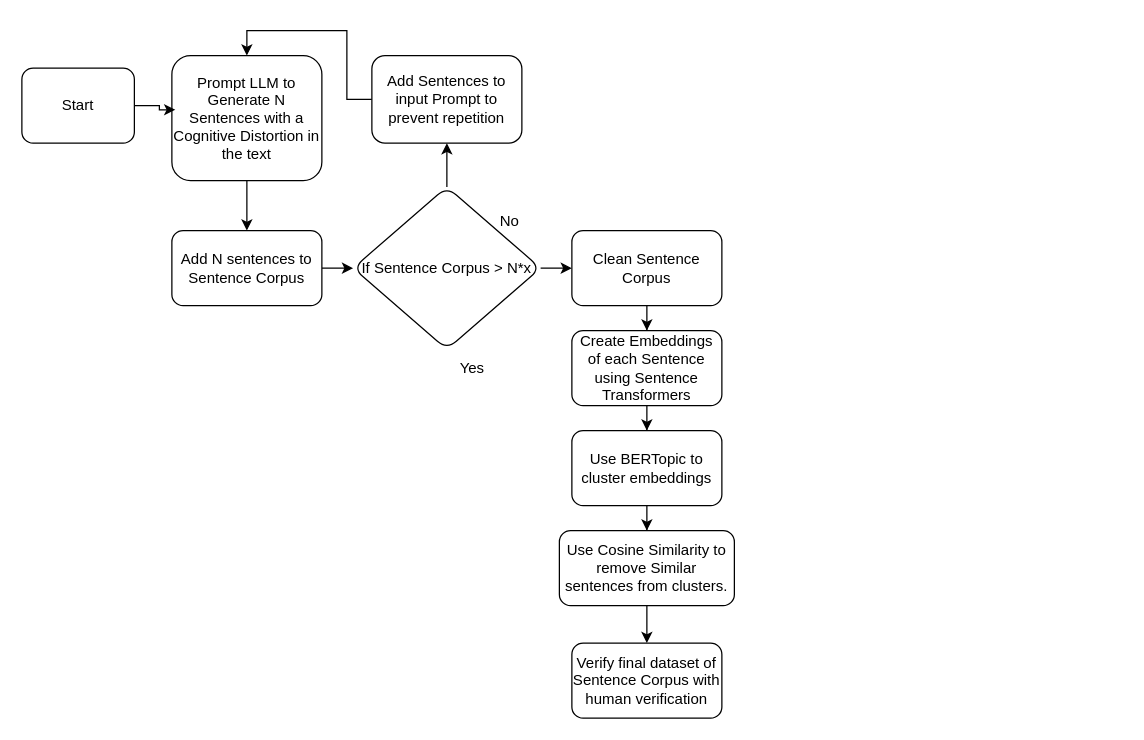
The draw.io diagram Dataset Generation.drawio in sauravzach/CDS_LLM_Thesis, before the edit. Source tidied: cells renumbered, new cells numbered last; positions are measured from the earlier drawing's top-left corner, leaving out a move shared by most shapes. Both pictures are drawn from the tidied source at 125%, with x=0, y=0 at pixel (21, 55).
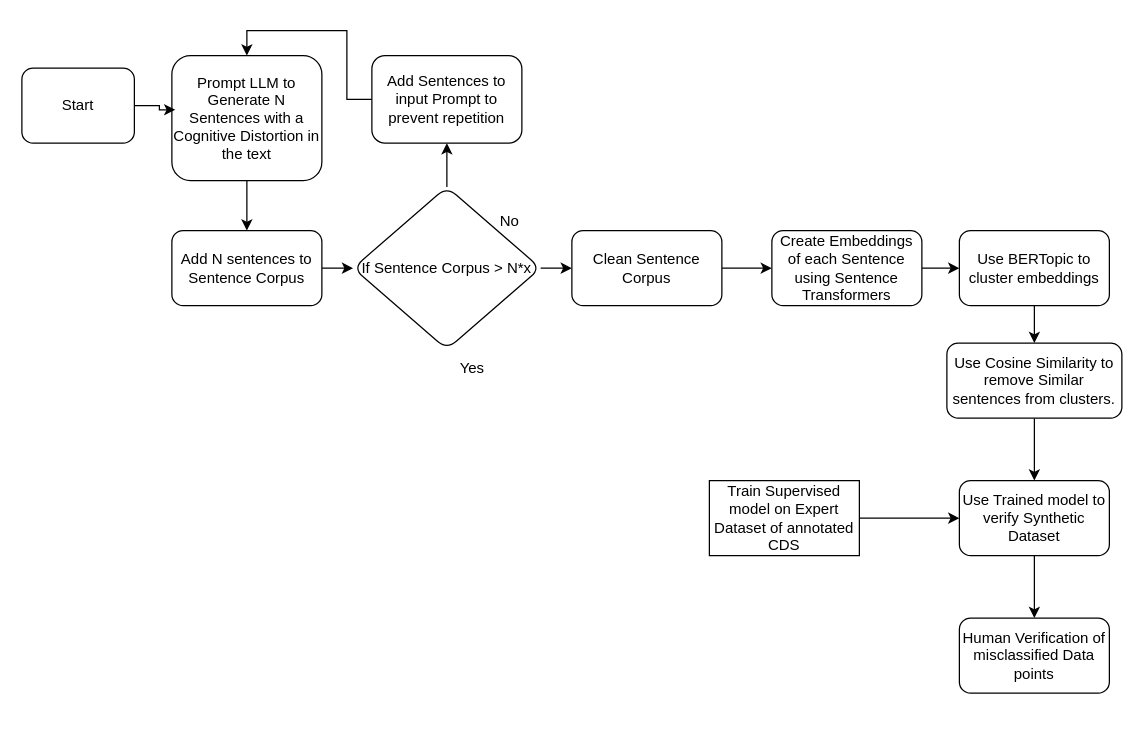
The same diagram, later.

What changed in the source:
```diff
@@
     <mxCell id="18" value="Use BERTopic to cluster embeddings" style="whiteSpace=wrap;html=1;rounded=1;" parent="1" vertex="1">
-      <mxGeometry x="440" y="300" width="120" height="60" as="geometry" />
+      <mxGeometry x="750" y="140" width="120" height="60" as="geometry" />
     </mxCell>
-    <mxCell id="19" style="edgeStyle=orthogonalEdgeStyle;rounded=0;jettySize=auto;html=1;" parent="1" edge="1" source="20" target="23">
-      <mxGeometry relative="1" as="geometry" />
-    </mxCell>
+    <mxCell id="24" style="edgeStyle=orthogonalEdgeStyle;rounded=0;jettySize=auto;html=1;" parent="1" edge="1" source="20" target="28">
+      <mxGeometry relative="1" as="geometry" />
+    </mxCell>
     <mxCell id="20" value="Use Cosine Similarity to remove Similar sentences from clusters." style="whiteSpace=wrap;html=1;rounded=1;" parent="1" vertex="1">
-      <mxGeometry x="430" y="380" width="140" height="60" as="geometry" />
+      <mxGeometry x="740" y="230" width="140" height="60" as="geometry" />
     </mxCell>
@@
     <mxCell id="22" value="Create Embeddings of each Sentence using Sentence Transformers" style="rounded=1;whiteSpace=wrap;html=1;" parent="1" vertex="1">
-      <mxGeometry x="440" y="220" width="120" height="60" as="geometry" />
+      <mxGeometry x="600" y="140" width="120" height="60" as="geometry" />
     </mxCell>
-    <mxCell id="23" value="Verify final dataset of Sentence Corpus with human verification" style="whiteSpace=wrap;html=1;rounded=1;" parent="1" vertex="1">
-      <mxGeometry x="440" y="470" width="120" height="60" as="geometry" />
+    <mxCell id="23" value="Human Verification of misclassified Data points" style="whiteSpace=wrap;html=1;rounded=1;" parent="1" vertex="1">
+      <mxGeometry x="750" y="450" width="120" height="60" as="geometry" />
     </mxCell>
+    <mxCell id="25" style="edgeStyle=orthogonalEdgeStyle;rounded=0;jettySize=auto;html=1;" parent="1" edge="1" source="26" target="28">
+      <mxGeometry relative="1" as="geometry" />
+    </mxCell>
+    <mxCell id="26" value="Train Supervised model on Expert Dataset of annotated CDS" style="whiteSpace=wrap;html=1;" parent="1" vertex="1">
+      <mxGeometry x="550" y="340" width="120" height="60" as="geometry" />
+    </mxCell>
+    <mxCell id="27" style="edgeStyle=orthogonalEdgeStyle;rounded=0;jettySize=auto;html=1;" parent="1" edge="1" source="28" target="23">
+      <mxGeometry relative="1" as="geometry" />
+    </mxCell>
+    <mxCell id="28" value="Use Trained model to verify Synthetic Dataset" style="rounded=1;whiteSpace=wrap;html=1;" parent="1" vertex="1">
+      <mxGeometry x="750" y="340" width="120" height="60" as="geometry" />
+    </mxCell>
```
